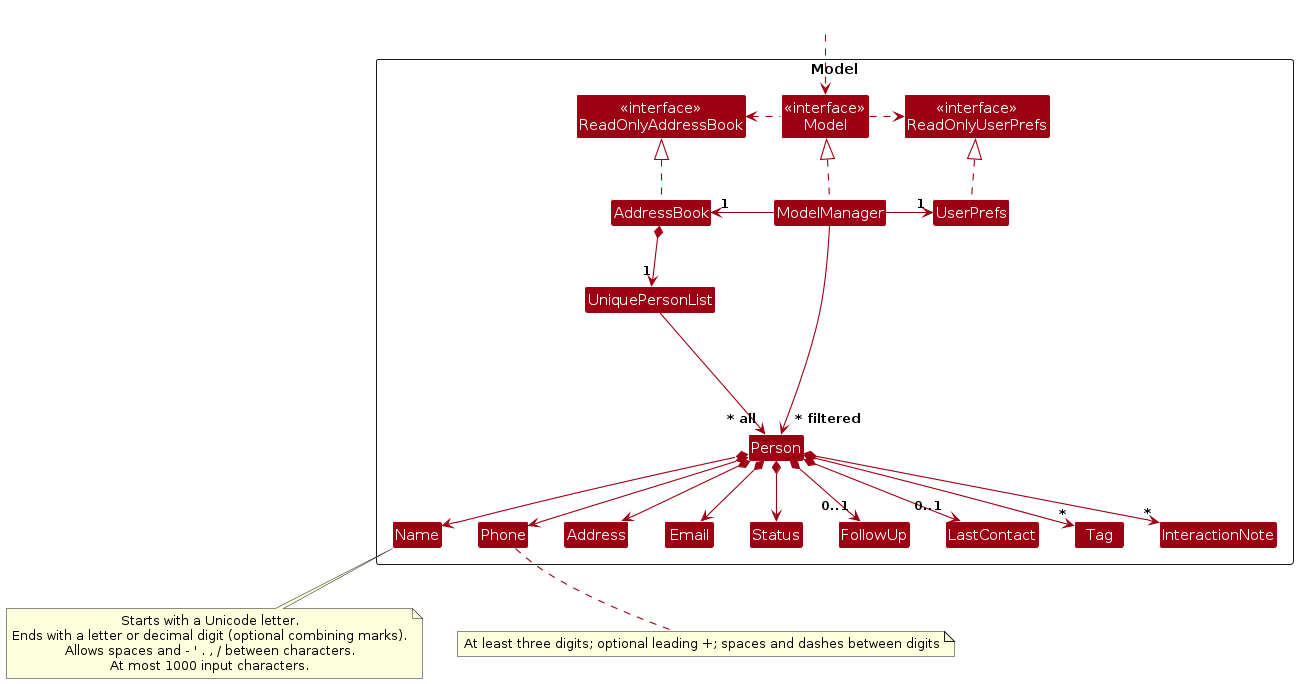
Above: diagrams/ModelClassDiagram.png in AY2627S1-CS2103T-T09-2/tp (PlantUML), before the change. Its source is kept beside it as diagrams/ModelClassDiagram.puml.
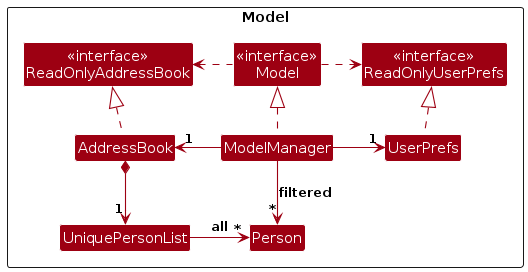
Later version of the same file.

Diff of the diagram source:
```diff
@@ -3,88 +3,29 @@
 skinparam arrowThickness 1.1
 skinparam arrowColor MODEL_COLOR
 skinparam classBackgroundColor MODEL_COLOR
+skinparam nodesep 40
+skinparam ranksep 45
 
-Package Model as ModelPackage <<Rectangle>>{
+Package Model as ModelPackage <<Rectangle>> {
 Class "<<interface>>\nReadOnlyAddressBook" as ReadOnlyAddressBook
 Class "<<interface>>\nReadOnlyUserPrefs" as ReadOnlyUserPrefs
 Class "<<interface>>\nModel" as Model
 Class AddressBook
 Class ModelManager
 Class UserPrefs
-
 Class UniquePersonList
 Class Person
-Class Address
-Class Email
-Class Name {
-  + VALIDATION_REGEX : String
-  + isValidName(String) : boolean
-}
-Class Phone {
-  + VALIDATION_REGEX : String
-  + isValidPhone(String) : boolean
-}
-Enum Status {
-  PROSPECT
-  CLIENT
-  INACTIVE
-  + DEFAULT : Status
-}
-Class FollowUp {
-  + value : LocalDate
-  + isValidFollowUp(String) : boolean
-  + hasValidFormat(String) : boolean
-  + isRealDate(String) : boolean
-  + isPast() : boolean
-}
-Class LastContact {
-  - date : LocalDate
-  + isValidLastContact(String) : boolean
-  + isAfter(LocalDate) : boolean
-}
-Class Tag
-Class InteractionNote
-
-Class I #FFFFFF
 }
 
-Class HiddenOutside #FFFFFF
-HiddenOutside ..> Model
+AddressBook .up.|> ReadOnlyAddressBook
+UserPrefs .up.|> ReadOnlyUserPrefs
+ModelManager .up.|> Model
+Model .left.> ReadOnlyAddressBook
+Model .right.> ReadOnlyUserPrefs
 
-AddressBook .up.|> ReadOnlyAddressBook
-
-ModelManager .up.|> Model
-Model .right.> ReadOnlyUserPrefs
-Model .left.> ReadOnlyAddressBook
 ModelManager -left-> "1" AddressBook
 ModelManager -right-> "1" UserPrefs
-UserPrefs .up.|> ReadOnlyUserPrefs
-
-AddressBook *--> "1" UniquePersonList
-UniquePersonList --> "~* all" Person
-Person *--> Name
-Person *--> Phone
-Person *--> Email
-Person *--> Address
-Person *--> Status
-Person *--> "0..1" FollowUp
-Person *--> "0..1" LastContact
-Person *--> "*" Tag
-Person *--> "*" InteractionNote
-
-Person -[hidden]up--> I
-UniquePersonList -[hidden]right-> I
-
-Name -[hidden]right-> Phone
-Phone -[hidden]right-> Address
-Address -[hidden]right-> Email
-
-ModelManager --> "~* filtered" Person
-note bottom of Name
-  Starts with a Unicode letter.
-  Ends with a letter or decimal digit (optional combining marks).
-  Allows spaces and - ' . , / between characters.
-  At most 1000 input characters.
-end note
-note bottom of Phone : At least three digits; optional leading +; spaces and dashes between digits
+AddressBook *-down-> "1" UniquePersonList
+UniquePersonList -right-> "*" Person : all
+ModelManager -down-> "*" Person : filtered
 @enduml
```
